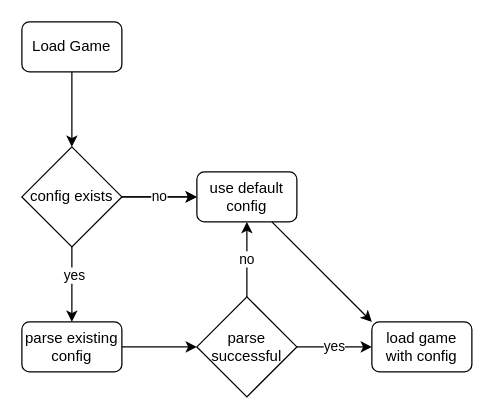
Above: LoadConfiguration.drawio in JakobKrug/DrawIO (draw.io), before the change. Source tidied: cells renumbered, new cells numbered last; positions are measured from the earlier drawing's top-left corner, leaving out a move shared by most shapes. Both pictures are drawn from the tidied source at 125%, with x=0, y=0 at pixel (21, 21).
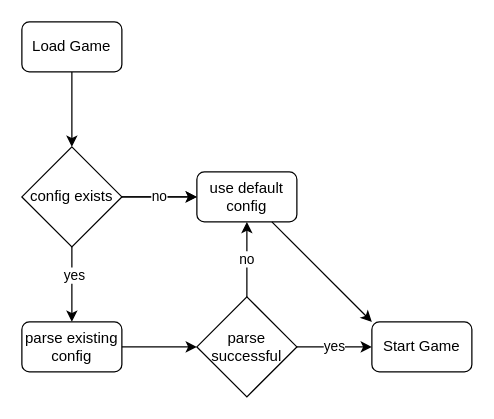
Above is the later version.

Diff of the diagram source:
```diff
@@
 <mxGraphModel>
   <root>
     <mxCell id="0" />
     <mxCell id="1" parent="0" />
     <mxCell id="2" value="Load Game" style="rounded=1;whiteSpace=wrap;html=1;" parent="1" vertex="1">
       <mxGeometry width="80" height="40" as="geometry" />
     </mxCell>
     <mxCell id="3" value="parse existing config" style="rounded=1;whiteSpace=wrap;html=1;" parent="1" vertex="1">
       <mxGeometry y="240" width="80" height="40" as="geometry" />
     </mxCell>
-    <mxCell id="4" value="load game with config" style="rounded=1;whiteSpace=wrap;html=1;" parent="1" vertex="1">
+    <mxCell id="4" value="Start Game" style="rounded=1;whiteSpace=wrap;html=1;" parent="1" vertex="1">
       <mxGeometry x="280" y="240" width="80" height="40" as="geometry" />
     </mxCell>
     <mxCell id="5" value="use default config" style="rounded=1;whiteSpace=wrap;html=1;" parent="1" vertex="1">
       <mxGeometry x="140" y="120" width="80" height="40" as="geometry" />
     </mxCell>
     <mxCell id="6" style="edgeStyle=orthogonalEdgeStyle;rounded=0;jettySize=auto;html=1;" parent="1" edge="1" source="7" target="5">
       <mxGeometry relative="1" as="geometry" />
     </mxCell>
     <mxCell id="7" value="config exists" style="rhombus;whiteSpace=wrap;html=1;" parent="1" vertex="1">
       <mxGeometry y="100" width="80" height="80" as="geometry" />
     </mxCell>
     <mxCell id="8" style="endArrow=classic;html=1;rounded=0;exitX=0.5;exitY=1;exitDx=0;exitDy=0;entryX=0.5;entryY=0;entryDx=0;entryDy=0;" parent="1" edge="1" source="2" target="7">
       <mxGeometry relative="1" as="geometry" />
     </mxCell>
     <mxCell id="9" value="no" style="endArrow=classic;html=1;rounded=0;exitX=1;exitY=0.5;exitDx=0;exitDy=0;entryX=0;entryY=0.5;entryDx=0;entryDy=0;" parent="1" edge="1" source="7" target="5">
       <mxGeometry relative="1" as="geometry" />
     </mxCell>
     <mxCell id="10" style="endArrow=classic;html=1;rounded=0;exitX=0.5;exitY=1;exitDx=0;exitDy=0;entryX=0.5;entryY=0;entryDx=0;entryDy=0;" parent="1" edge="1" source="7" target="3">
       <mxGeometry relative="1" as="geometry" />
     </mxCell>
     <mxCell id="11" value="yes" style="edgeLabel;html=1;align=center;verticalAlign=middle;" parent="10" vertex="1">
       <mxGeometry x="-0.27" y="1" relative="1" as="geometry" />
     </mxCell>
     <mxCell id="12" value="yes" style="endArrow=classic;html=1;rounded=0;exitX=1;exitY=0.5;exitDx=0;exitDy=0;entryX=0;entryY=0.5;entryDx=0;entryDy=0;" parent="1" edge="1" source="15" target="4">
       <mxGeometry relative="1" as="geometry" />
     </mxCell>
     <mxCell id="13" style="endArrow=classic;html=1;rounded=0;exitX=0.75;exitY=1;exitDx=0;exitDy=0;entryX=0;entryY=0;entryDx=0;entryDy=0;" parent="1" edge="1" source="5" target="4">
       <mxGeometry relative="1" as="geometry" />
     </mxCell>
     <mxCell id="14" style="endArrow=classic;html=1;rounded=0;exitX=1;exitY=0.5;exitDx=0;exitDy=0;entryX=0;entryY=0.5;entryDx=0;entryDy=0;" parent="1" edge="1" source="3" target="15">
       <mxGeometry relative="1" as="geometry" />
     </mxCell>
     <mxCell id="15" value="parse successful" style="rhombus;whiteSpace=wrap;html=1;" parent="1" vertex="1">
       <mxGeometry x="140" y="220" width="80" height="80" as="geometry" />
     </mxCell>
     <mxCell id="16" value="no" style="endArrow=classic;html=1;rounded=0;exitX=0.5;exitY=0;exitDx=0;exitDy=0;entryX=0.5;entryY=1;entryDx=0;entryDy=0;" parent="1" edge="1" source="15" target="5">
       <mxGeometry relative="1" as="geometry" />
     </mxCell>
   </root>
 </mxGraphModel>
```
